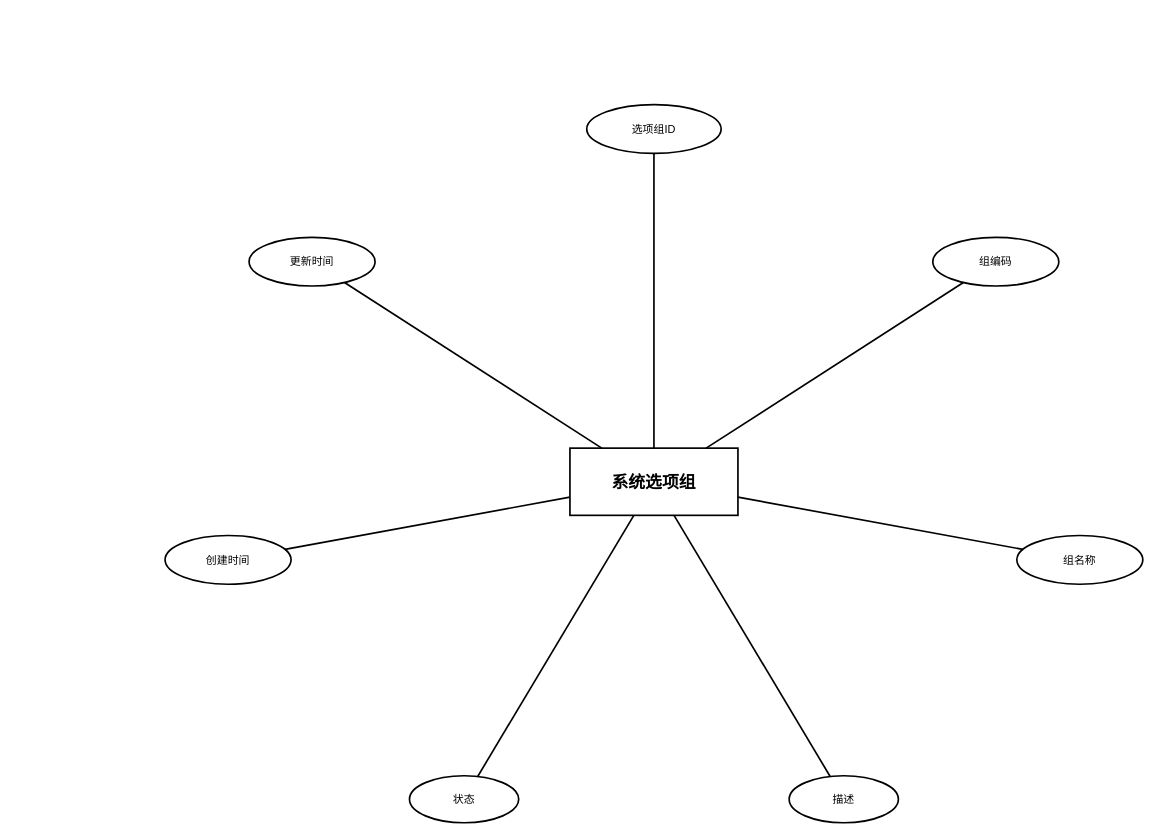
612cs/TrailQuest keeps this draw.io diagram as DOCS/thesis/figures/entity-diagrams/system_option_groups/system_option_groups_entity.drawio. Above is the earlier version. Source tidied: cells renumbered, new cells numbered last; positions are measured from the earlier drawing's top-left corner, leaving out a move shared by most shapes. Both pictures are drawn from the tidied source at 84%, with x=0, y=0 at pixel (165, 104).
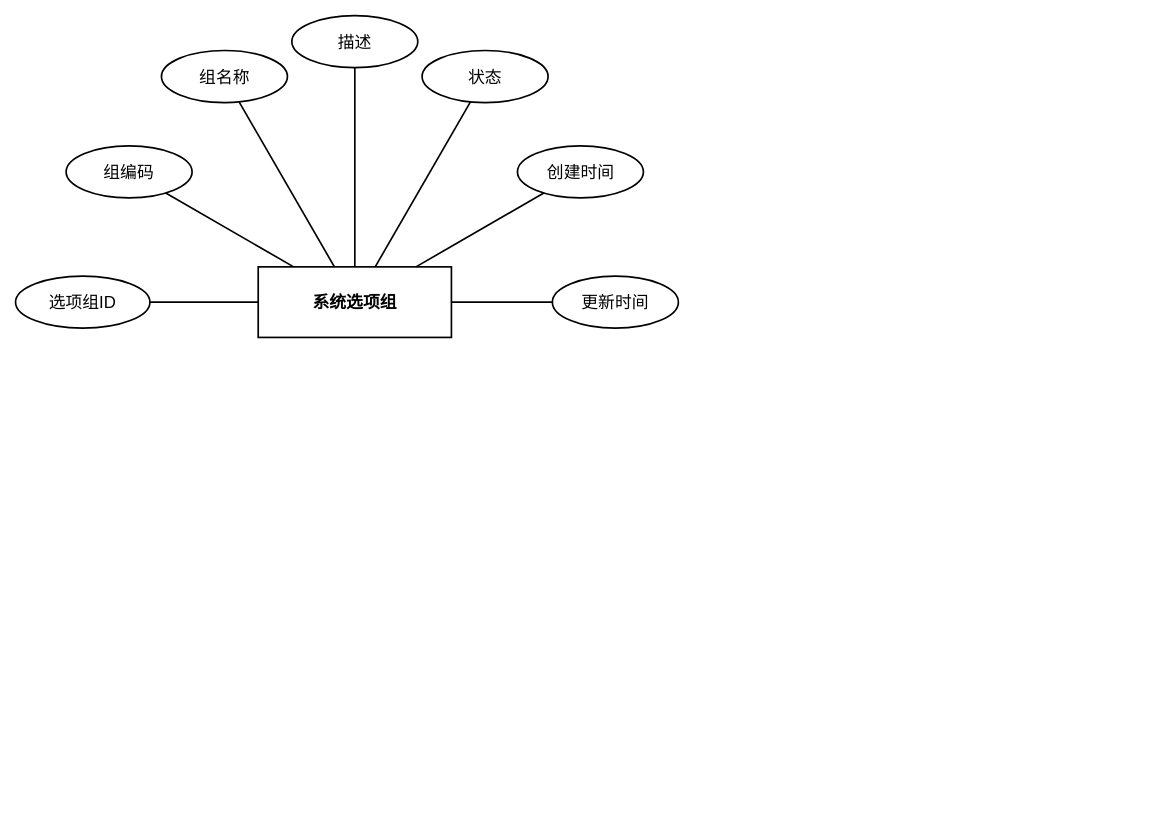
The same page after the edit.

Change to the diagram source:
```diff
@@
 <mxGraphModel>
   <root>
     <mxCell id="0" />
     <mxCell id="1" parent="0" />
-    <mxCell id="2" value="系统选项组" style="rounded=0;whiteSpace=wrap;html=1;fillColor=#ffffff;strokeColor=#000000;fontColor=#000000;fontFamily=Arial;fontSize=20;fontStyle=1;align=center;verticalAlign=middle;strokeWidth=2;" parent="1" vertex="1">
-      <mxGeometry x="482" y="409" width="200" height="80" as="geometry" />
+    <mxCell id="2" value="系统选项组" style="rounded=0;whiteSpace=wrap;html=1;fillColor=none;strokeColor=#000000;fontColor=#000000;fontFamily=Arial;fontSize=20;fontStyle=1;align=center;verticalAlign=middle;strokeWidth=2;gradientColor=none;shadow=0;glass=0;" parent="1" vertex="1">
+      <mxGeometry x="110.9" y="193.2" width="230" height="84" as="geometry" />
     </mxCell>
-    <mxCell id="3" value="选项组ID" style="ellipse;whiteSpace=wrap;html=1;fillColor=#ffffff;strokeColor=#000000;fontColor=#000000;fontFamily=Arial;fontSize=13;align=center;verticalAlign=middle;strokeWidth=2;" parent="1" vertex="1">
-      <mxGeometry x="502" width="160" height="58" as="geometry" />
+    <mxCell id="3" value="选项组ID" style="ellipse;whiteSpace=wrap;html=1;fillColor=none;strokeColor=#000000;fontColor=#000000;fontFamily=Arial;fontSize=20;align=center;verticalAlign=middle;strokeWidth=2;gradientColor=none;shadow=0;glass=0;" parent="1" vertex="1">
+      <mxGeometry x="-178" y="204.2" width="160" height="62" as="geometry" />
     </mxCell>
-    <mxCell id="4" value="组编码" style="ellipse;whiteSpace=wrap;html=1;fillColor=#ffffff;strokeColor=#000000;fontColor=#000000;fontFamily=Arial;fontSize=13;align=center;verticalAlign=middle;strokeWidth=2;" parent="1" vertex="1">
-      <mxGeometry x="914" y="158" width="150" height="58" as="geometry" />
+    <mxCell id="4" value="组编码" style="ellipse;whiteSpace=wrap;html=1;fillColor=none;strokeColor=#000000;fontColor=#000000;fontFamily=Arial;fontSize=20;align=center;verticalAlign=middle;strokeWidth=2;gradientColor=none;shadow=0;glass=0;" parent="1" vertex="1">
+      <mxGeometry x="-117.8" y="49.1" width="150" height="62" as="geometry" />
     </mxCell>
-    <mxCell id="5" value="组名称" style="ellipse;whiteSpace=wrap;html=1;fillColor=#ffffff;strokeColor=#000000;fontColor=#000000;fontFamily=Arial;fontSize=13;align=center;verticalAlign=middle;strokeWidth=2;" parent="1" vertex="1">
-      <mxGeometry x="1014" y="513" width="150" height="58" as="geometry" />
+    <mxCell id="5" value="组名称" style="ellipse;whiteSpace=wrap;html=1;fillColor=none;strokeColor=#000000;fontColor=#000000;fontFamily=Arial;fontSize=20;align=center;verticalAlign=middle;strokeWidth=2;gradientColor=none;shadow=0;glass=0;" parent="1" vertex="1">
+      <mxGeometry x="-4.3" y="-64.4" width="150" height="62" as="geometry" />
     </mxCell>
-    <mxCell id="6" value="描述" style="ellipse;whiteSpace=wrap;html=1;fillColor=#ffffff;strokeColor=#000000;fontColor=#000000;fontFamily=Arial;fontSize=13;align=center;verticalAlign=middle;strokeWidth=2;" parent="1" vertex="1">
-      <mxGeometry x="743" y="799" width="130" height="56" as="geometry" />
+    <mxCell id="6" value="描述" style="ellipse;whiteSpace=wrap;html=1;fillColor=none;strokeColor=#000000;fontColor=#000000;fontFamily=Arial;fontSize=20;align=center;verticalAlign=middle;strokeWidth=2;gradientColor=none;shadow=0;glass=0;" parent="1" vertex="1">
+      <mxGeometry x="150.9" y="-106" width="150" height="62" as="geometry" />
     </mxCell>
-    <mxCell id="7" value="状态" style="ellipse;whiteSpace=wrap;html=1;fillColor=#ffffff;strokeColor=#000000;fontColor=#000000;fontFamily=Arial;fontSize=13;align=center;verticalAlign=middle;strokeWidth=2;" parent="1" vertex="1">
-      <mxGeometry x="291" y="799" width="130" height="56" as="geometry" />
+    <mxCell id="7" value="状态" style="ellipse;whiteSpace=wrap;html=1;fillColor=none;strokeColor=#000000;fontColor=#000000;fontFamily=Arial;fontSize=20;align=center;verticalAlign=middle;strokeWidth=2;gradientColor=none;shadow=0;glass=0;" parent="1" vertex="1">
+      <mxGeometry x="306" y="-64.4" width="150" height="62" as="geometry" />
     </mxCell>
-    <mxCell id="8" value="创建时间" style="ellipse;whiteSpace=wrap;html=1;fillColor=#ffffff;strokeColor=#000000;fontColor=#000000;fontFamily=Arial;fontSize=13;align=center;verticalAlign=middle;strokeWidth=2;" parent="1" vertex="1">
-      <mxGeometry y="513" width="150" height="58" as="geometry" />
+    <mxCell id="8" value="创建时间" style="ellipse;whiteSpace=wrap;html=1;fillColor=none;strokeColor=#000000;fontColor=#000000;fontFamily=Arial;fontSize=20;align=center;verticalAlign=middle;strokeWidth=2;gradientColor=none;shadow=0;glass=0;" parent="1" vertex="1">
+      <mxGeometry x="419.5" y="49.1" width="150" height="62" as="geometry" />
     </mxCell>
-    <mxCell id="9" value="更新时间" style="ellipse;whiteSpace=wrap;html=1;fillColor=#ffffff;strokeColor=#000000;fontColor=#000000;fontFamily=Arial;fontSize=13;align=center;verticalAlign=middle;strokeWidth=2;" parent="1" vertex="1">
-      <mxGeometry x="100" y="158" width="150" height="58" as="geometry" />
+    <mxCell id="9" value="更新时间" style="ellipse;whiteSpace=wrap;html=1;fillColor=none;strokeColor=#000000;fontColor=#000000;fontFamily=Arial;fontSize=20;align=center;verticalAlign=middle;strokeWidth=2;gradientColor=none;shadow=0;glass=0;" parent="1" vertex="1">
+      <mxGeometry x="461.1" y="204.2" width="150" height="62" as="geometry" />
     </mxCell>
     <mxCell id="10" style="endArrow=none;html=1;rounded=0;strokeColor=#000000;strokeWidth=2;" parent="1" edge="1" source="2" target="3">
       <mxGeometry relative="1" as="geometry" />
     </mxCell>
     <mxCell id="11" style="endArrow=none;html=1;rounded=0;strokeColor=#000000;strokeWidth=2;" parent="1" edge="1" source="2" target="4">
       <mxGeometry relative="1" as="geometry" />
     </mxCell>
     <mxCell id="12" style="endArrow=none;html=1;rounded=0;strokeColor=#000000;strokeWidth=2;" parent="1" edge="1" source="2" target="5">
       <mxGeometry relative="1" as="geometry" />
     </mxCell>
     <mxCell id="13" style="endArrow=none;html=1;rounded=0;strokeColor=#000000;strokeWidth=2;" parent="1" edge="1" source="2" target="6">
       <mxGeometry relative="1" as="geometry" />
     </mxCell>
     <mxCell id="14" style="endArrow=none;html=1;rounded=0;strokeColor=#000000;strokeWidth=2;" parent="1" edge="1" source="2" target="7">
       <mxGeometry relative="1" as="geometry" />
     </mxCell>
     <mxCell id="15" style="endArrow=none;html=1;rounded=0;strokeColor=#000000;strokeWidth=2;" parent="1" edge="1" source="2" target="8">
       <mxGeometry relative="1" as="geometry" />
     </mxCell>
     <mxCell id="16" style="endArrow=none;html=1;rounded=0;strokeColor=#000000;strokeWidth=2;" parent="1" edge="1" source="2" target="9">
       <mxGeometry relative="1" as="geometry" />
     </mxCell>
   </root>
 </mxGraphModel>
```
